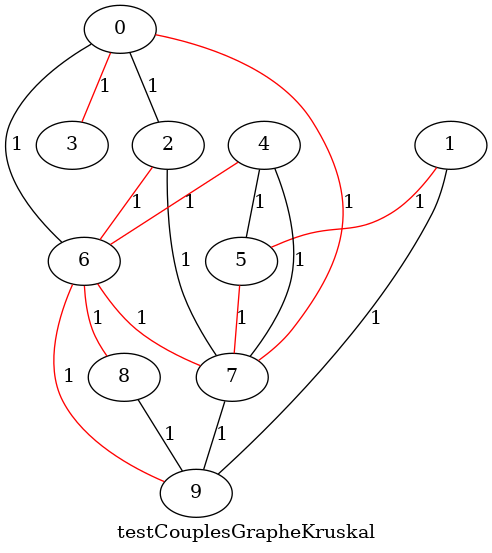
Above: compo_connexes/graphviz/testCouplesGrapheKruskal.png in LilianHERTEL/Labyrinthe-parcours-en-C (Graphviz), before the change. Its source is kept beside it as compo_connexes/graphviz/testCouplesGrapheKruskal.dot.
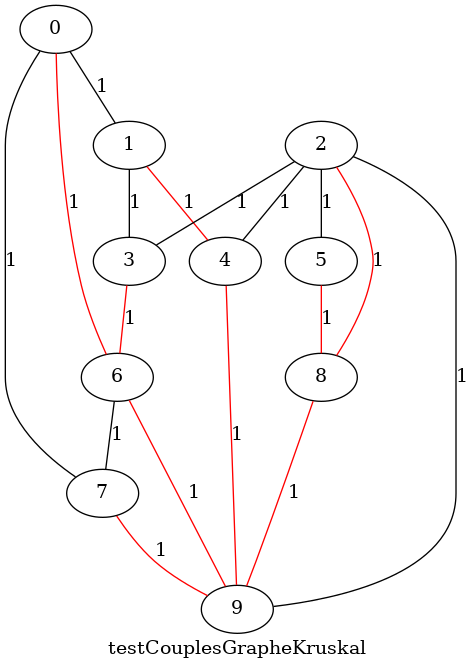
Later version of the same file.

What changed in the source:
```diff
@@ -1,100 +1,99 @@
 graph testCouplesGrapheKruskal {
-	graph [bb="0,0,387,407",
+	graph [bb="0,0,366,494",
 		label=testCouplesGrapheKruskal,
 		lheight=0.21,
-		lp="193.5,11.5",
+		lp="183,11.5",
 		lwidth=2.69
 	];
 	node [label="\N"];
 	0	 [height=0.5,
-		pos="112,389",
+		pos="82,476",
 		width=0.75];
+	1	 [height=0.5,
+		pos="27,389",
+		width=0.75];
+	0 -- 1	 [label=1,
+		lp="63,432.5",
+		pos="70.62,459.25 66.58,453.21 62.035,446.34 58,440 50.876,428.81 43.126,416.06 37.157,406.11"];
+	6	 [height=0.5,
+		pos="137,215",
+		width=0.75];
+	0 -- 6	 [color=red,
+		label=1,
+		lp="87,345.5",
+		pos="80.08,457.97 77.689,431.47 74.74,380.51 82,338 86.283,312.92 90.868,307.34 101,284 108.91,265.78 119.61,245.73 127.28,231.97"];
+	7	 [height=0.5,
+		pos="192,128",
+		width=0.75];
+	0 -- 7	 [label=1,
+		lp="205,302",
+		pos="107.31,469.58 141.99,459.08 200,434.69 200,389 200,389 200,389 200,215 200,191.03 196.95,163.51 194.62,145.95"];
+	3	 [height=0.5,
+		pos="137,302",
+		width=0.75];
+	1 -- 3	 [label=1,
+		lp="115,345.5",
+		pos="50.501,379.66 64.571,373.39 82.318,364.23 96,353 107.94,343.2 118.77,329.42 126.29,318.65"];
+	4	 [height=0.5,
+		pos="27,302",
+		width=0.75];
+	1 -- 4	 [color=red,
+		label=1,
+		lp="32,345.5",
+		pos="27,370.97 27,356.04 27,334.93 27,320"];
 	2	 [height=0.5,
-		pos="148,302",
+		pos="266,389",
 		width=0.75];
-	0 -- 2	 [label=1,
-		lp="137,345.5",
-		pos="119.29,371.39 125.53,356.3 134.48,334.67 140.73,319.58"];
-	3	 [height=0.5,
-		pos="76,302",
+	2 -- 3	 [label=1,
+		lp="214,345.5",
+		pos="246.97,376.16 222.58,359.71 180.54,331.36 156.11,314.89"];
+	2 -- 4	 [label=1,
+		lp="165,345.5",
+		pos="242.21,380.34 196.52,363.71 96.944,327.46 51.048,310.75"];
+	5	 [height=0.5,
+		pos="255,302",
 		width=0.75];
-	0 -- 3	 [color=red,
+	2 -- 5	 [label=1,
+		lp="266,345.5",
+		pos="263.72,370.97 261.83,356.04 259.16,334.93 257.28,320"];
+	8	 [height=0.5,
+		pos="255,215",
+		width=0.75];
+	2 -- 8	 [color=red,
 		label=1,
-		lp="101,345.5",
-		pos="104.71,371.39 98.469,356.3 89.517,334.67 83.274,319.58"];
-	6	 [height=0.5,
-		pos="85,215",
+		lp="298,302",
+		pos="275.14,371.89 285.07,351.09 298.59,314.94 291,284 286.27,264.71 275.1,244.82 266.45,231.38"];
+	9	 [height=0.5,
+		pos="192,41",
 		width=0.75];
-	0 -- 6	 [label=1,
-		lp="35,302",
-		pos="90.226,377.91 70.375,366.43 42.327,346.48 30,320 14.629,286.98 46.806,249.42 68.128,229.39"];
-	7	 [height=0.5,
-		pos="175,128",
-		width=0.75];
-	0 -- 7	 [color=red,
+	2 -- 9	 [label=1,
+		lp="361,215",
+		pos="288.71,379.12 315.37,365.8 356,339.38 356,302 356,302 356,302 356,128 356,66.762 265.66,48.501 219.08,43.155"];
+	3 -- 6	 [color=red,
 		label=1,
-		lp="278,258.5",
-		pos="138.58,384.87 172.53,378.03 229.99,360.79 256,320 285.4,273.91 271.71,249.65 257,197 252.39,180.48 249.24,176.01 237,164 225.72,\
-152.93 210.37,143.98 197.77,137.78"];
-	1	 [height=0.5,
-		pos="360,302",
-		width=0.75];
-	5	 [height=0.5,
-		pos="203,215",
-		width=0.75];
-	1 -- 5	 [color=red,
+		lp="142,258.5",
+		pos="137,283.97 137,269.04 137,247.93 137,233"];
+	4 -- 9	 [color=red,
 		label=1,
-		lp="337,258.5",
-		pos="349.35,285.38 341.25,274.06 329.11,259.61 315,251 287.21,234.04 274.79,243.58 244,233 237.82,230.88 231.29,228.21 225.29,225.58"];
-	9	 [height=0.5,
-		pos="135,41",
-		width=0.75];
-	1 -- 9	 [label=1,
-		lp="297,171.5",
-		pos="357.25,283.69 355.19,273.58 351.71,261.06 346,251 295.15,161.31 195.41,83.875 153.87,54.065"];
-	2 -- 6	 [color=red,
+		lp="96,171.5",
+		pos="34.033,284.34 50.396,244.59 93.93,146.16 150,77 156.77,68.645 165.66,60.71 173.51,54.426"];
+	5 -- 8	 [color=red,
 		label=1,
-		lp="125,258.5",
-		pos="136.15,285.64 124.89,270.08 108.04,246.82 96.797,231.29"];
-	2 -- 7	 [label=1,
-		lp="162,215",
-		pos="148.63,283.67 149.57,262.62 151.82,227.11 157,197 160.04,179.31 165.41,159.52 169.5,145.69"];
-	4	 [height=0.5,
-		pos="220,302",
-		width=0.75];
-	4 -- 5	 [label=1,
-		lp="217,258.5",
-		pos="216.48,283.97 213.56,269.04 209.43,247.93 206.52,233"];
-	4 -- 6	 [color=red,
-		label=1,
-		lp="165,258.5",
-		pos="200.37,289.35 174.77,272.85 130.26,244.17 104.65,227.67"];
-	4 -- 7	 [label=1,
-		lp="248,215",
-		pos="228.72,284.71 238.21,263.43 250.57,226.49 239,197 229.93,173.88 209.07,153.89 193.61,141.46"];
-	5 -- 7	 [color=red,
-		label=1,
-		lp="195,171.5",
-		pos="197.33,197.39 192.51,182.4 185.6,160.95 180.75,145.88"];
-	6 -- 7	 [color=red,
-		label=1,
-		lp="129,171.5",
-		pos="95.798,198.35 103.06,187.85 113.24,174.36 124,164 133.21,155.13 144.77,146.79 154.55,140.37"];
-	8	 [height=0.5,
-		pos="27,128",
-		width=0.75];
-	6 -- 8	 [color=red,
-		label=1,
-		lp="64,171.5",
-		pos="73.817,198.23 63.547,182.82 48.408,160.11 38.149,144.72"];
+		lp="260,258.5",
+		pos="255,283.97 255,269.04 255,247.93 255,233"];
+	6 -- 7	 [label=1,
+		lp="172,171.5",
+		pos="147.6,198.23 157.34,182.82 171.7,160.11 181.43,144.72"];
 	6 -- 9	 [color=red,
 		label=1,
-		lp="119,128",
-		pos="90.163,197.03 99.769,163.6 120.28,92.223 129.87,58.868"];
-	7 -- 9	 [label=1,
-		lp="162,84.5",
-		pos="166.91,110.39 159.92,95.201 149.89,73.381 142.95,58.283"];
-	8 -- 9	 [label=1,
-		lp="71,84.5",
-		pos="37.343,110.84 44.421,100.14 54.571,86.615 66,77 79.544,65.605 97.295,56.445 111.4,50.217"];
+		lp="151,128",
+		pos="135.87,196.97 135.13,175.6 135.78,139.18 146,110 153.04,89.889 167.32,69.97 178.11,56.742"];
+	7 -- 9	 [color=red,
+		label=1,
+		lp="197,84.5",
+		pos="192,109.97 192,95.042 192,73.928 192,59.003"];
+	8 -- 9	 [color=red,
+		label=1,
+		lp="244,128",
+		pos="251.64,196.77 247.41,175.52 239.33,139.52 228,110 220.89,91.456 210.07,71.457 202.15,57.789"];
 }
```
